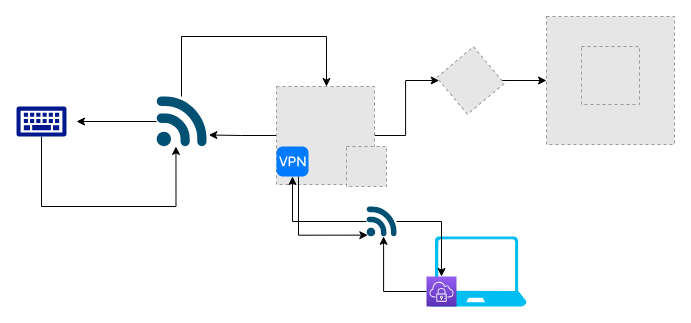
Earlier version of the draw.io diagram home-server-diagram.drawio (popontdev/home-server). Source tidied: cells renumbered, new cells numbered last; positions are measured from the earlier drawing's top-left corner, leaving out a move shared by most shapes. Both pictures are drawn from the tidied source at 100%, with x=0, y=0 at pixel (16, 16). Pictures stored in the file or linked from it are replaced by grey dashed boxes.
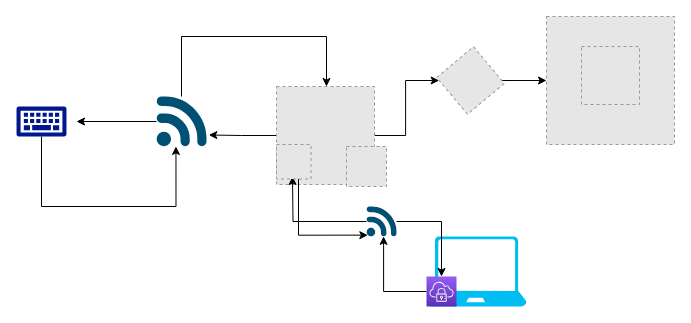
The same page after the edit.

Unchanged cells that the change refers to:
```xml
<mxCell id="22" style="points=[[0.005,0.09,0],[0.08,0,0],[0.76,0.25,0],[1,0.92,0],[0.91,0.995,0],[0.57,0.995,0],[0.045,0.955,0],[0.005,0.43,0]];verticalLabelPosition=bottom;html=1;verticalAlign=top;align=center;shape=mxgraph.cisco19.3g_4g_indicator;fillColor=#005073;strokeColor=none;" parent="1" vertex="1">
  <mxGeometry x="350" y="190" width="30" height="30" as="geometry" />
</mxCell>
```

What changed in the source:
```diff
@@
-    <mxCell id="18" style="html=1;strokeWidth=1;shadow=0;dashed=0;shape=mxgraph.ios7.misc.vpn;fillColor=#007AFF;strokeColor=none;buttonText=;strokeColor2=#222222;fontColor=#222222;fontSize=8;verticalLabelPosition=bottom;verticalAlign=top;align=center;" parent="1" vertex="1">
-      <mxGeometry x="260" y="130" width="32" height="30" as="geometry" />
-    </mxCell>
@@
-    <mxCell id="21" style="edgeStyle=orthogonalEdgeStyle;rounded=0;jettySize=auto;html=1;" parent="1" edge="1" source="22" target="18">
-      <mxGeometry relative="1" as="geometry" />
+    <mxCell id="21" style="edgeStyle=orthogonalEdgeStyle;rounded=0;jettySize=auto;html=1;" parent="1" edge="1" source="22">
+      <mxGeometry relative="1" as="geometry">
+        <mxPoint x="276" y="160" as="targetPoint" />
+      </mxGeometry>
     </mxCell>
@@
+    <mxCell id="23" style="fillColor=#E6E6E6;strokeColor=#999999;dashed=1;verticalLabelPosition=bottom;labelBackgroundColor=#ffffff;verticalAlign=top;" parent="1" vertex="1">
+      <mxGeometry x="260" y="128" width="34.5" height="34.5" as="geometry" />
+    </mxCell>
```
